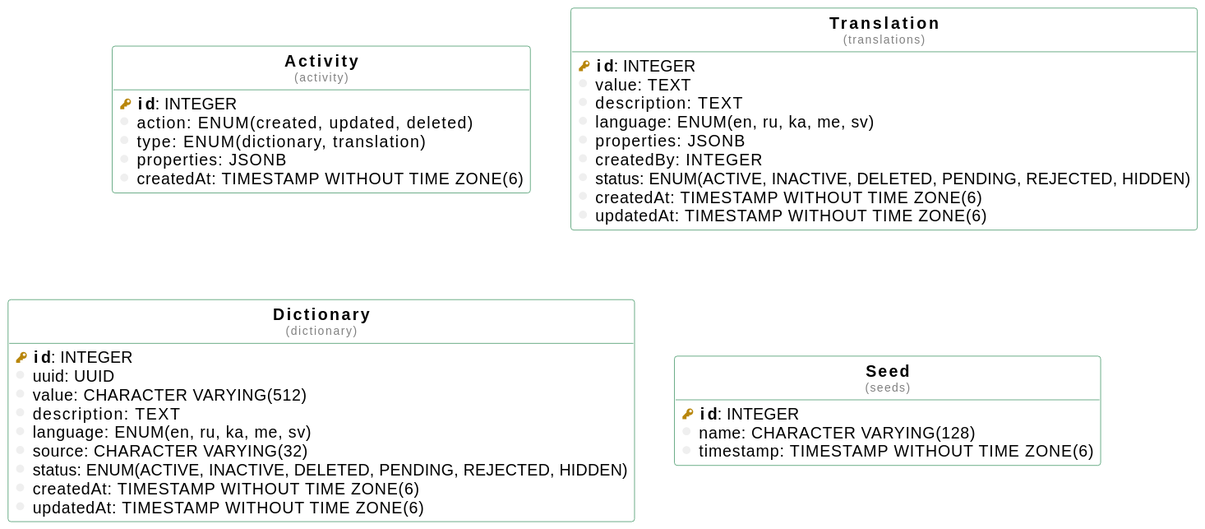
The PlantUML diagram docs/db-diagram.svg in nimda-software/backend-service, before a commit.
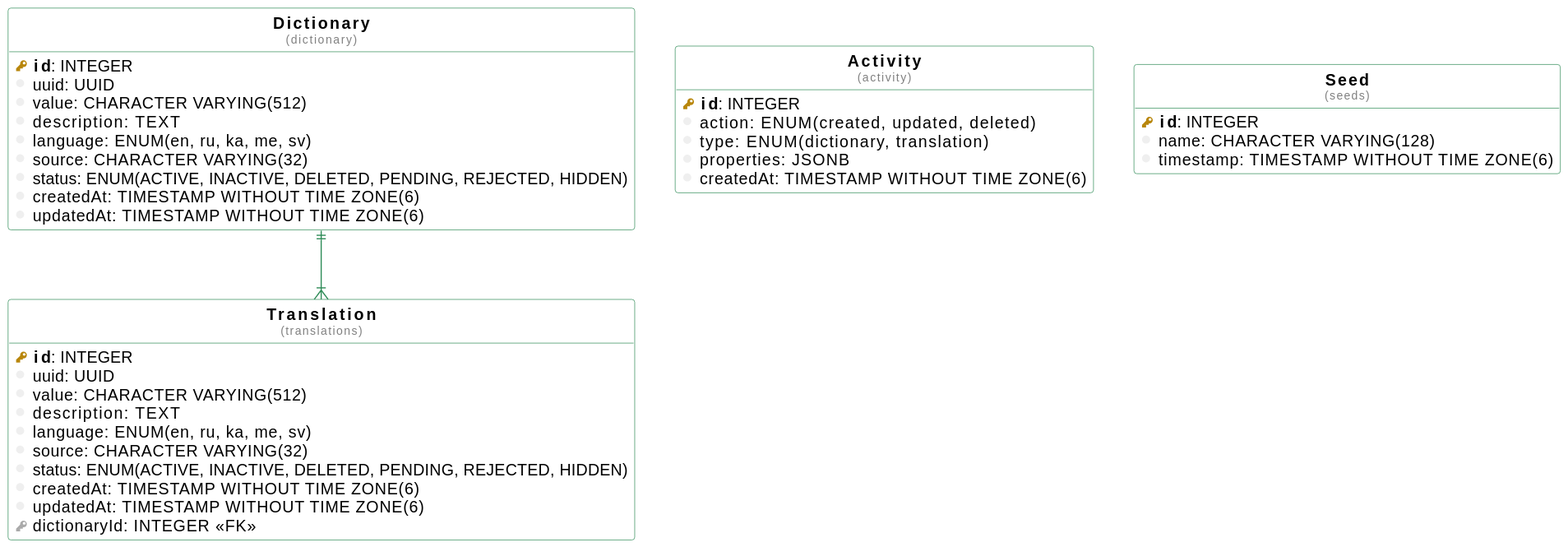
After the commit.

Diff of the diagram source:
```diff
@@ -23,26 +23,6 @@
 }
 
 
-table( Activity, activity ) as activity {
-  pkey( id ): INTEGER
-  column( action ): ENUM(created, updated, deleted)
-  column( type ): ENUM(dictionary, translation)
-  column( properties ): JSONB
-  column( createdAt ): TIMESTAMP WITHOUT TIME ZONE(6)
-}
-
-table( Translation, translations ) as translations {
-  pkey( id ): INTEGER
-  column( value ): TEXT
-  column( description ): TEXT
-  column( language ): ENUM(en, ru, ka, me, sv)
-  column( properties ): JSONB
-  column( createdBy ): INTEGER
-  column( status ): ENUM(ACTIVE, INACTIVE, DELETED, PENDING, REJECTED, HIDDEN)
-  column( createdAt ): TIMESTAMP WITHOUT TIME ZONE(6)
-  column( updatedAt ): TIMESTAMP WITHOUT TIME ZONE(6)
-}
-
 table( Dictionary, dictionary ) as dictionary {
   pkey( id ): INTEGER
   column( uuid ): UUID
@@ -55,9 +35,32 @@
   column( updatedAt ): TIMESTAMP WITHOUT TIME ZONE(6)
 }
 
+table( Translation, translations ) as translations {
+  pkey( id ): INTEGER
+  column( uuid ): UUID
+  column( value ): CHARACTER VARYING(512)
+  column( description ): TEXT
+  column( language ): ENUM(en, ru, ka, me, sv)
+  column( source ): CHARACTER VARYING(32)
+  column( status ): ENUM(ACTIVE, INACTIVE, DELETED, PENDING, REJECTED, HIDDEN)
+  column( createdAt ): TIMESTAMP WITHOUT TIME ZONE(6)
+  column( updatedAt ): TIMESTAMP WITHOUT TIME ZONE(6)
+  fkey( dictionaryId ): INTEGER <<FK>>
+}
+
+table( Activity, activity ) as activity {
+  pkey( id ): INTEGER
+  column( action ): ENUM(created, updated, deleted)
+  column( type ): ENUM(dictionary, translation)
+  column( properties ): JSONB
+  column( createdAt ): TIMESTAMP WITHOUT TIME ZONE(6)
+}
+
 table( Seed, seeds ) as seeds {
   pkey( id ): INTEGER
   column( name ): CHARACTER VARYING(128)
   column( timestamp ): TIMESTAMP WITHOUT TIME ZONE(6)
 }
+
+"dictionary" ||--|{ "translations"
 @enduml
```
